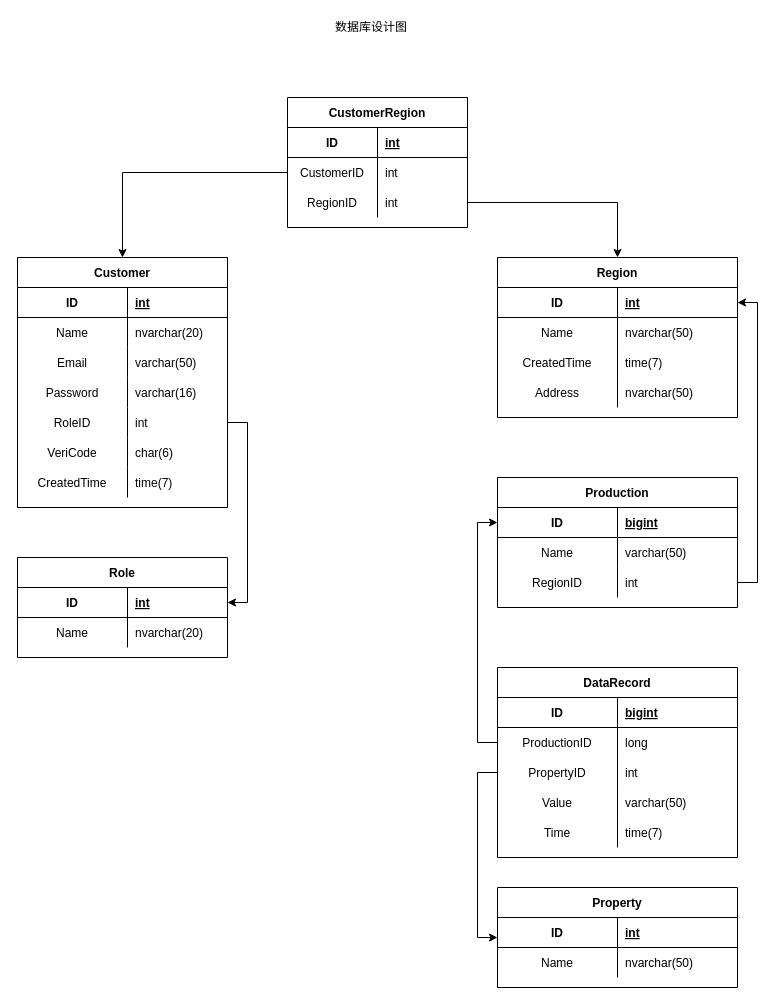
This is page "数据库设计" (3 of 3) of SystemArch.drawio from wisdomLei/FakeMicroBlog, a draw.io file, before an edit. Source tidied: cells renumbered, new cells numbered last; positions are measured from the earlier drawing's top-left corner, leaving out a move shared by most shapes. Both pictures are drawn from the tidied source at 100%, with x=0, y=0 at pixel (17, 17).
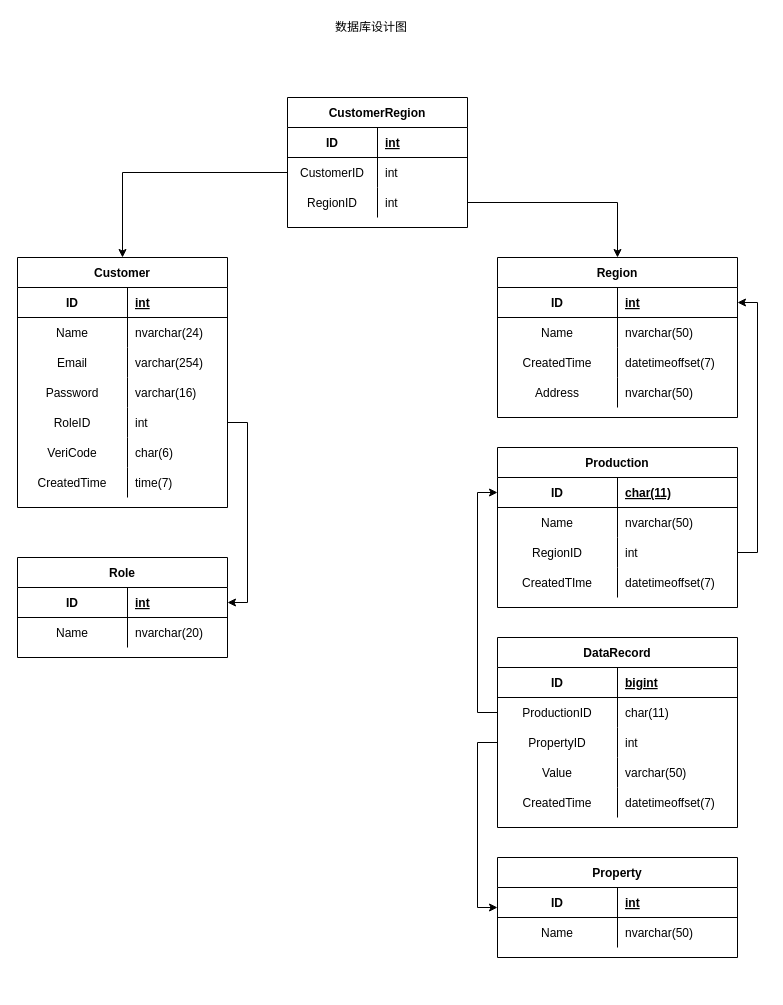
The same page after the edit.

Commit message:
修改：数据库架构中的错误

The change refers to these unchanged cells:
```xml
<mxCell id="17" style="shape=partialRectangle;fillColor=none;top=0;left=0;bottom=0;right=0;" parent="13" vertex="1">
  <mxGeometry y="60" width="210" height="30" as="geometry" />
</mxCell>
<mxCell id="20" style="shape=partialRectangle;fillColor=none;top=0;left=0;bottom=0;right=0;" parent="13" vertex="1">
  <mxGeometry y="90" width="210" height="30" as="geometry" />
</mxCell>
<mxCell id="42" style="shape=partialRectangle;fillColor=none;top=0;left=0;bottom=0;right=0;" parent="35" vertex="1">
  <mxGeometry y="90" width="240" height="30" as="geometry" />
</mxCell>
<mxCell id="49" style="shape=partialRectangle;fillColor=none;top=0;left=0;bottom=1;right=0;points=[[0,0.5],[1,0.5]];portConstraint=eastwest;" parent="48" vertex="1">
  <mxGeometry y="30" width="240" height="30" as="geometry" />
</mxCell>
<mxCell id="52" style="shape=partialRectangle;fillColor=none;top=0;left=0;bottom=0;right=0;" parent="48" vertex="1">
  <mxGeometry y="60" width="240" height="30" as="geometry" />
</mxCell>
<mxCell id="76" style="shape=partialRectangle;fillColor=none;top=0;left=0;bottom=0;right=0;points=[[0,0.5],[1,0.5]];portConstraint=eastwest;" parent="72" vertex="1">
  <mxGeometry y="60" width="240" height="30" as="geometry" />
</mxCell>
<mxCell id="85" style="shape=partialRectangle;fillColor=none;top=0;left=0;bottom=0;right=0;" parent="72" vertex="1">
  <mxGeometry y="150" width="240" height="30" as="geometry" />
</mxCell>
```

Change to the diagram source:
```diff
@@
-    <mxCell id="19" value="nvarchar(20)" style="shape=partialRectangle;fillColor=none;top=0;left=0;bottom=0;right=0;align=left;spacingLeft=6;overflow=hidden;" parent="17" vertex="1">
+    <mxCell id="19" value="nvarchar(24)" style="shape=partialRectangle;fillColor=none;top=0;left=0;bottom=0;right=0;align=left;spacingLeft=6;overflow=hidden;" parent="17" vertex="1">
       <mxGeometry x="110" width="100" height="30" as="geometry" />
     </mxCell>
@@
-    <mxCell id="22" value="varchar(50)" style="shape=partialRectangle;fillColor=none;top=0;left=0;bottom=0;right=0;align=left;spacingLeft=6;overflow=hidden;" parent="20" vertex="1">
+    <mxCell id="22" value="varchar(254)" style="shape=partialRectangle;fillColor=none;top=0;left=0;bottom=0;right=0;align=left;spacingLeft=6;overflow=hidden;" parent="20" vertex="1">
       <mxGeometry x="110" width="100" height="30" as="geometry" />
     </mxCell>
@@
-    <mxCell id="44" value="time(7)" style="shape=partialRectangle;fillColor=none;top=0;left=0;bottom=0;right=0;align=left;spacingLeft=6;overflow=hidden;" parent="42" vertex="1">
+    <mxCell id="44" value="datetimeoffset(7)" style="shape=partialRectangle;fillColor=none;top=0;left=0;bottom=0;right=0;align=left;spacingLeft=6;overflow=hidden;" parent="42" vertex="1">
       <mxGeometry x="120" width="120" height="30" as="geometry" />
     </mxCell>
@@
     <mxCell id="48" value="Production" style="shape=table;startSize=30;childLayout=tableLayout;rowLines=0;fontStyle=1;align=center;" parent="1" vertex="1">
-      <mxGeometry x="480" y="460" width="240" height="130" as="geometry" />
+      <mxGeometry x="480" y="430" width="240" height="160" as="geometry" />
     </mxCell>
@@
-    <mxCell id="51" value="bigint" style="shape=partialRectangle;fillColor=none;top=0;left=0;bottom=0;right=0;align=left;spacingLeft=6;fontStyle=5;overflow=hidden;" parent="49" vertex="1">
+    <mxCell id="51" value="char(11)" style="shape=partialRectangle;fillColor=none;top=0;left=0;bottom=0;right=0;align=left;spacingLeft=6;fontStyle=5;overflow=hidden;" parent="49" vertex="1">
       <mxGeometry x="120" width="120" height="30" as="geometry" />
     </mxCell>
@@
-    <mxCell id="54" value="varchar(50)" style="shape=partialRectangle;fillColor=none;top=0;left=0;bottom=0;right=0;align=left;spacingLeft=6;overflow=hidden;" parent="52" vertex="1">
+    <mxCell id="54" value="nvarchar(50)" style="shape=partialRectangle;fillColor=none;top=0;left=0;bottom=0;right=0;align=left;spacingLeft=6;overflow=hidden;" parent="52" vertex="1">
       <mxGeometry x="120" width="120" height="30" as="geometry" />
     </mxCell>
@@
+    <mxCell id="94" style="shape=partialRectangle;fillColor=none;top=0;left=0;bottom=0;right=0;" parent="48" vertex="1">
+      <mxGeometry y="120" width="240" height="30" as="geometry" />
+    </mxCell>
+    <mxCell id="95" value="CreatedTIme" style="shape=partialRectangle;fillColor=none;top=0;left=0;bottom=0;right=0;overflow=hidden;" parent="94" vertex="1">
+      <mxGeometry width="120" height="30" as="geometry" />
+    </mxCell>
+    <mxCell id="96" value="datetimeoffset(7)" style="shape=partialRectangle;fillColor=none;top=0;left=0;bottom=0;right=0;align=left;spacingLeft=6;overflow=hidden;" parent="94" vertex="1">
+      <mxGeometry x="120" width="120" height="30" as="geometry" />
+    </mxCell>
@@
     <mxCell id="65" value="Property" style="shape=table;startSize=30;childLayout=tableLayout;rowLines=0;fontStyle=1;align=center;" parent="1" vertex="1">
-      <mxGeometry x="480" y="870" width="240" height="100" as="geometry" />
+      <mxGeometry x="480" y="840" width="240" height="100" as="geometry" />
     </mxCell>
@@
     <mxCell id="72" value="DataRecord" style="shape=table;startSize=30;childLayout=tableLayout;rowLines=0;fontStyle=1;align=center;" parent="1" vertex="1">
-      <mxGeometry x="480" y="650" width="240" height="190" as="geometry" />
+      <mxGeometry x="480" y="620" width="240" height="190" as="geometry" />
     </mxCell>
@@
-    <mxCell id="78" value="long" style="shape=partialRectangle;fillColor=none;top=0;left=0;bottom=0;right=0;align=left;spacingLeft=6;overflow=hidden;" parent="76" vertex="1">
+    <mxCell id="78" value="char(11)" style="shape=partialRectangle;fillColor=none;top=0;left=0;bottom=0;right=0;align=left;spacingLeft=6;overflow=hidden;" parent="76" vertex="1">
       <mxGeometry x="120" width="120" height="30" as="geometry" />
     </mxCell>
@@
-    <mxCell id="86" value="Time" style="shape=partialRectangle;fillColor=none;top=0;left=0;bottom=0;right=0;overflow=hidden;" parent="85" vertex="1">
+    <mxCell id="86" value="CreatedTime" style="shape=partialRectangle;fillColor=none;top=0;left=0;bottom=0;right=0;overflow=hidden;" parent="85" vertex="1">
       <mxGeometry width="120" height="30" as="geometry" />
     </mxCell>
-    <mxCell id="87" value="time(7)" style="shape=partialRectangle;fillColor=none;top=0;left=0;bottom=0;right=0;align=left;spacingLeft=6;overflow=hidden;" parent="85" vertex="1">
+    <mxCell id="87" value="datetimeoffset(7)" style="shape=partialRectangle;fillColor=none;top=0;left=0;bottom=0;right=0;align=left;spacingLeft=6;overflow=hidden;" parent="85" vertex="1">
       <mxGeometry x="120" width="120" height="30" as="geometry" />
     </mxCell>
```
